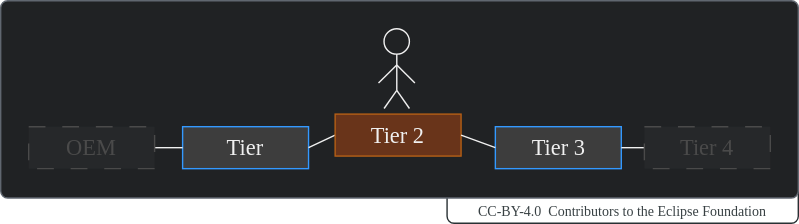
Above: docs-kits/kits/behaviour-twin-kit/adoption-view/assets/supply-chain-visibility.drawio.svg in eclipse-tractusx/eclipse-tractusx.github.io (draw.io), before the change. Source tidied: cells renumbered, new cells last; positions are measured from the earlier drawing's top-left corner, leaving out a move shared by most shapes.
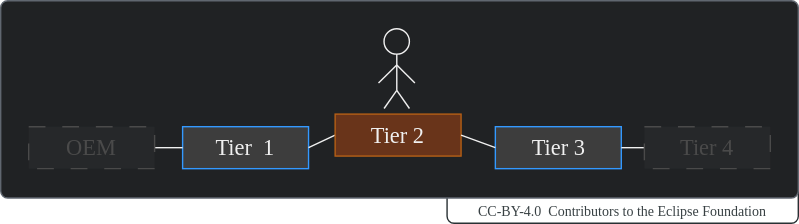
Above is the later version.

Diff of the diagram source:
```diff
@@ -8,7 +8,7 @@
     <mxCell id="3" style="rounded=1;whiteSpace=wrap;html=1;fillColor=#202224;strokeColor=#606770;arcSize=10;absoluteArcSize=1;imageWidth=25;fillStyle=solid;" parent="1" vertex="1">
       <mxGeometry width="570" height="141" as="geometry" />
     </mxCell>
-    <mxCell id="4" value="&lt;span style=&quot;font-family: Manrope; font-size: 16px;&quot;&gt;Tier&amp;nbsp;&lt;/span&gt;" style="rounded=0;whiteSpace=wrap;html=1;strokeColor=#3399FF;fillColor=#3D3D3D;fillStyle=solid;fontColor=#F0F0F0;" parent="1" vertex="1">
+    <mxCell id="4" value="&lt;span style=&quot;font-family: Manrope; font-size: 16px;&quot;&gt;Tier&amp;nbsp; 1&lt;/span&gt;" style="rounded=0;whiteSpace=wrap;html=1;strokeColor=#3399FF;fillColor=#3D3D3D;fillStyle=solid;fontColor=#F0F0F0;" parent="1" vertex="1">
       <mxGeometry x="130" y="90" width="90" height="30" as="geometry" />
     </mxCell>
     <mxCell id="5" style="endArrow=none;html=1;rounded=0;entryX=0;entryY=0.5;entryDx=0;entryDy=0;strokeColor=#F0F0F0;exitX=1;exitY=0.5;exitDx=0;exitDy=0;" parent="1" edge="1" source="18" target="4">
```
